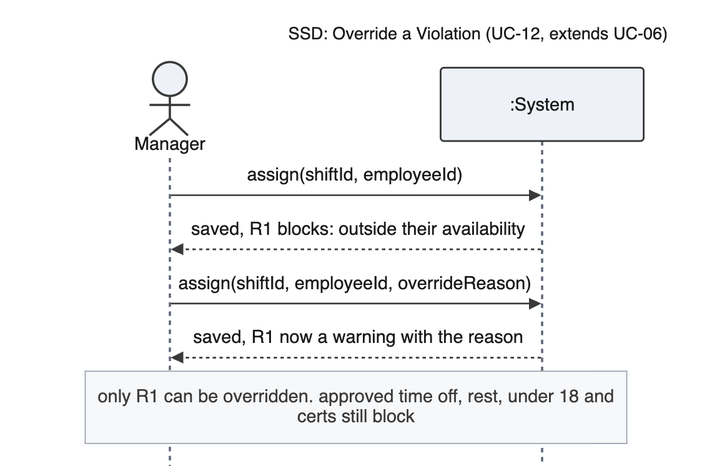
The Mermaid diagram diagrams/images/requirements/ssd_override.png in perfettiful/ShiftChex, before a commit. Its source is kept beside it as diagrams/mmd/requirements/ssd_override.mmd. The source it was exported from:
```mermaid
---
title: "SSD: Override a Violation (UC-12, extends UC-06)"
---
sequenceDiagram
    actor Manager
    participant System as :System
    Manager->>System: assign(shiftId, employeeId)
    System-->>Manager: saved, R1 blocks: outside their availability
    Manager->>System: assign(shiftId, employeeId, overrideReason)
    System-->>Manager: saved, R1 now a warning with the reason
    Note over Manager,System: only R1 can be overridden. approved time off, rest, under 18 and certs still block
```
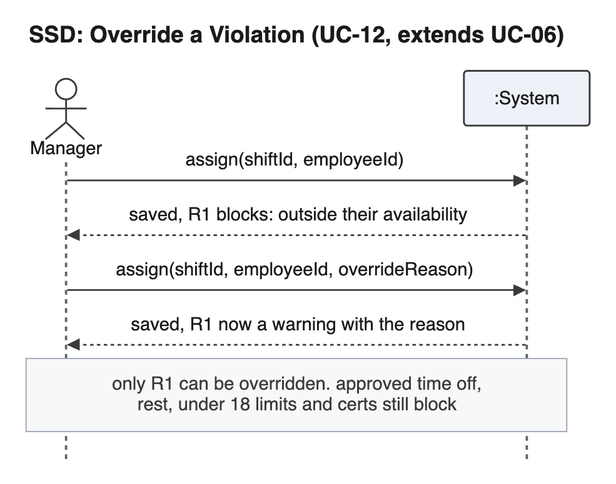
The same file after the commit.

The edit, as a diff of the source:
```diff
@@ -8,4 +8,4 @@
     System-->>Manager: saved, R1 blocks: outside their availability
     Manager->>System: assign(shiftId, employeeId, overrideReason)
     System-->>Manager: saved, R1 now a warning with the reason
-    Note over Manager,System: only R1 can be overridden. approved time off, rest, under 18 and certs still block
+    Note over Manager,System: only R1 can be overridden. approved time off,<br/>rest, under 18 limits and certs still block
```
